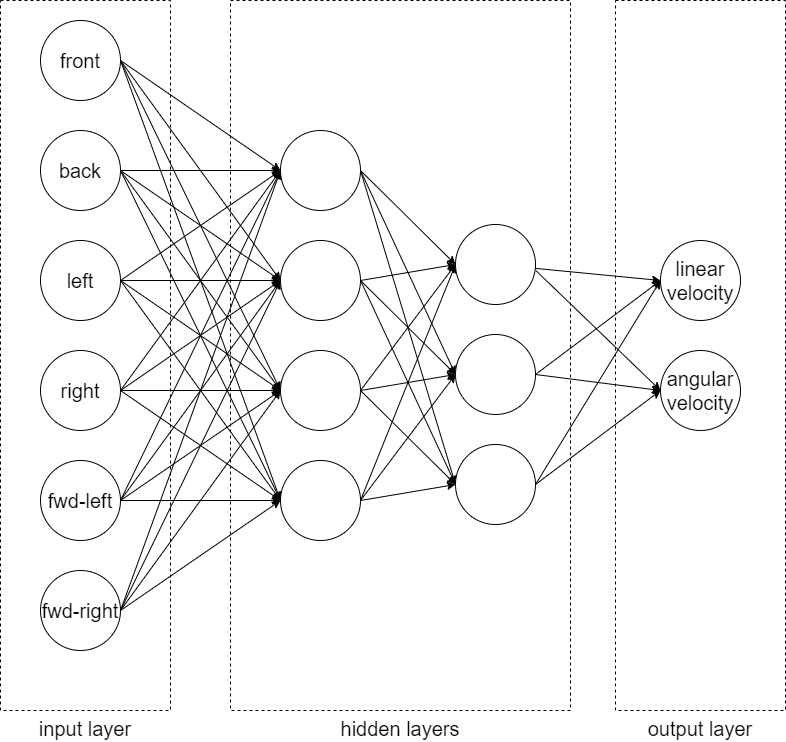
The draw.io diagram Genetic-Cars.png in TrevorDArcyEvans/Genetic-Cars, before a commit. Source tidied: cells renumbered, new cells last; positions are measured from the earlier drawing's top-left corner, leaving out a move shared by most shapes. Source of this version:
```xml
<mxGraphModel>
  <root>
    <mxCell id="0" />
    <mxCell id="1" parent="0" />
    <mxCell id="2" value="input layer" style="rounded=0;whiteSpace=wrap;html=1;fontSize=20;dashed=1;strokeColor=default;fillColor=none;labelPosition=center;verticalLabelPosition=bottom;align=center;verticalAlign=top;" parent="1" vertex="1">
      <mxGeometry width="170" height="710" as="geometry" />
    </mxCell>
    <mxCell id="3" style="jettySize=auto;html=1;entryX=0;entryY=0.5;entryDx=0;entryDy=0;fontSize=20;strokeColor=default;rounded=0;exitX=1;exitY=0.5;exitDx=0;exitDy=0;" parent="1" edge="1" source="7" target="36">
      <mxGeometry relative="1" as="geometry" />
    </mxCell>
    <mxCell id="4" style="edgeStyle=none;rounded=0;jettySize=auto;html=1;entryX=0;entryY=0.5;entryDx=0;entryDy=0;fontSize=20;strokeColor=default;exitX=1;exitY=0.5;exitDx=0;exitDy=0;" parent="1" edge="1" source="7" target="40">
      <mxGeometry relative="1" as="geometry" />
    </mxCell>
    <mxCell id="5" style="edgeStyle=none;rounded=0;jettySize=auto;html=1;entryX=0;entryY=0.5;entryDx=0;entryDy=0;fontSize=20;strokeColor=default;exitX=1;exitY=0.5;exitDx=0;exitDy=0;" parent="1" edge="1" source="7" target="44">
      <mxGeometry relative="1" as="geometry" />
    </mxCell>
    <mxCell id="6" style="edgeStyle=none;rounded=0;jettySize=auto;html=1;entryX=0;entryY=0.5;entryDx=0;entryDy=0;fontSize=20;strokeColor=default;exitX=1;exitY=0.5;exitDx=0;exitDy=0;" parent="1" edge="1" source="7" target="48">
      <mxGeometry relative="1" as="geometry" />
    </mxCell>
    <mxCell id="7" value="front" style="ellipse;whiteSpace=wrap;html=1;fontSize=20;" parent="1" vertex="1">
      <mxGeometry x="40" y="20" width="80" height="80" as="geometry" />
    </mxCell>
    <mxCell id="8" style="edgeStyle=none;rounded=0;jettySize=auto;html=1;entryX=0;entryY=0.5;entryDx=0;entryDy=0;fontSize=20;strokeColor=default;exitX=1;exitY=0.5;exitDx=0;exitDy=0;" parent="1" edge="1" source="12" target="36">
      <mxGeometry relative="1" as="geometry" />
    </mxCell>
    <mxCell id="9" style="edgeStyle=none;rounded=0;jettySize=auto;html=1;entryX=0;entryY=0.5;entryDx=0;entryDy=0;fontSize=20;strokeColor=default;exitX=1;exitY=0.5;exitDx=0;exitDy=0;" parent="1" edge="1" source="12" target="40">
      <mxGeometry relative="1" as="geometry" />
    </mxCell>
    <mxCell id="10" style="edgeStyle=none;rounded=0;jettySize=auto;html=1;entryX=0;entryY=0.5;entryDx=0;entryDy=0;fontSize=20;strokeColor=default;exitX=1;exitY=0.5;exitDx=0;exitDy=0;" parent="1" edge="1" source="12" target="44">
      <mxGeometry relative="1" as="geometry" />
    </mxCell>
    <mxCell id="11" style="edgeStyle=none;rounded=0;jettySize=auto;html=1;entryX=0;entryY=0.5;entryDx=0;entryDy=0;fontSize=20;strokeColor=default;exitX=1;exitY=0.5;exitDx=0;exitDy=0;" parent="1" edge="1" source="12" target="48">
      <mxGeometry relative="1" as="geometry" />
    </mxCell>
    <mxCell id="12" value="back" style="ellipse;whiteSpace=wrap;html=1;fontSize=20;" parent="1" vertex="1">
      <mxGeometry x="40" y="130" width="80" height="80" as="geometry" />
    </mxCell>
    <mxCell id="13" style="edgeStyle=none;rounded=0;jettySize=auto;html=1;entryX=0;entryY=0.5;entryDx=0;entryDy=0;fontSize=20;strokeColor=default;exitX=1;exitY=0.5;exitDx=0;exitDy=0;" parent="1" edge="1" source="17" target="36">
      <mxGeometry relative="1" as="geometry" />
    </mxCell>
    <mxCell id="14" style="edgeStyle=none;rounded=0;jettySize=auto;html=1;entryX=0;entryY=0.5;entryDx=0;entryDy=0;fontSize=20;strokeColor=default;" parent="1" edge="1" source="17" target="40">
      <mxGeometry relative="1" as="geometry" />
    </mxCell>
    <mxCell id="15" style="edgeStyle=none;rounded=0;jettySize=auto;html=1;entryX=0;entryY=0.5;entryDx=0;entryDy=0;fontSize=20;strokeColor=default;exitX=1;exitY=0.5;exitDx=0;exitDy=0;" parent="1" edge="1" source="17" target="44">
      <mxGeometry relative="1" as="geometry" />
    </mxCell>
    <mxCell id="16" style="edgeStyle=none;rounded=0;jettySize=auto;html=1;entryX=0;entryY=0.5;entryDx=0;entryDy=0;fontSize=20;strokeColor=default;exitX=1;exitY=0.5;exitDx=0;exitDy=0;" parent="1" edge="1" source="17" target="48">
      <mxGeometry relative="1" as="geometry" />
    </mxCell>
    <mxCell id="17" value="left" style="ellipse;whiteSpace=wrap;html=1;fontSize=20;" parent="1" vertex="1">
      <mxGeometry x="40" y="240" width="80" height="80" as="geometry" />
    </mxCell>
    <mxCell id="18" style="edgeStyle=none;rounded=0;jettySize=auto;html=1;entryX=0;entryY=0.5;entryDx=0;entryDy=0;fontSize=20;strokeColor=default;exitX=1;exitY=0.5;exitDx=0;exitDy=0;" parent="1" edge="1" source="22" target="36">
      <mxGeometry relative="1" as="geometry" />
    </mxCell>
    <mxCell id="19" style="edgeStyle=none;rounded=0;jettySize=auto;html=1;entryX=0;entryY=0.5;entryDx=0;entryDy=0;fontSize=20;strokeColor=default;exitX=1;exitY=0.5;exitDx=0;exitDy=0;" parent="1" edge="1" source="22" target="40">
      <mxGeometry relative="1" as="geometry" />
    </mxCell>
    <mxCell id="20" style="edgeStyle=none;rounded=0;jettySize=auto;html=1;entryX=0;entryY=0.5;entryDx=0;entryDy=0;fontSize=20;strokeColor=default;" parent="1" edge="1" source="22" target="44">
      <mxGeometry relative="1" as="geometry" />
    </mxCell>
    <mxCell id="21" style="edgeStyle=none;rounded=0;jettySize=auto;html=1;entryX=0;entryY=0.5;entryDx=0;entryDy=0;fontSize=20;strokeColor=default;exitX=1;exitY=0.5;exitDx=0;exitDy=0;" parent="1" edge="1" source="22" target="48">
      <mxGeometry relative="1" as="geometry" />
    </mxCell>
    <mxCell id="22" value="right" style="ellipse;whiteSpace=wrap;html=1;fontSize=20;" parent="1" vertex="1">
      <mxGeometry x="40" y="350" width="80" height="80" as="geometry" />
    </mxCell>
    <mxCell id="23" style="edgeStyle=none;rounded=0;jettySize=auto;html=1;entryX=0;entryY=0.5;entryDx=0;entryDy=0;fontSize=20;strokeColor=default;exitX=1;exitY=0.5;exitDx=0;exitDy=0;" parent="1" edge="1" source="27" target="36">
      <mxGeometry relative="1" as="geometry" />
    </mxCell>
    <mxCell id="24" style="edgeStyle=none;rounded=0;jettySize=auto;html=1;entryX=0;entryY=0.5;entryDx=0;entryDy=0;fontSize=20;strokeColor=default;exitX=1;exitY=0.5;exitDx=0;exitDy=0;" parent="1" edge="1" source="27" target="40">
      <mxGeometry relative="1" as="geometry" />
    </mxCell>
    <mxCell id="25" style="edgeStyle=none;rounded=0;jettySize=auto;html=1;entryX=0;entryY=0.5;entryDx=0;entryDy=0;fontSize=20;strokeColor=default;exitX=1;exitY=0.5;exitDx=0;exitDy=0;" parent="1" edge="1" source="27" target="44">
      <mxGeometry relative="1" as="geometry" />
    </mxCell>
    <mxCell id="26" style="edgeStyle=none;rounded=0;jettySize=auto;html=1;entryX=0;entryY=0.5;entryDx=0;entryDy=0;fontSize=20;strokeColor=default;" parent="1" edge="1" source="27" target="48">
      <mxGeometry relative="1" as="geometry" />
    </mxCell>
    <mxCell id="27" value="fwd-left" style="ellipse;whiteSpace=wrap;html=1;fontSize=20;" parent="1" vertex="1">
      <mxGeometry x="40" y="460" width="80" height="80" as="geometry" />
    </mxCell>
    <mxCell id="28" style="edgeStyle=none;rounded=0;jettySize=auto;html=1;entryX=0;entryY=0.5;entryDx=0;entryDy=0;fontSize=20;strokeColor=default;exitX=1;exitY=0.5;exitDx=0;exitDy=0;" parent="1" edge="1" source="32" target="36">
      <mxGeometry relative="1" as="geometry" />
    </mxCell>
    <mxCell id="29" style="edgeStyle=none;rounded=0;jettySize=auto;html=1;entryX=0;entryY=0.5;entryDx=0;entryDy=0;fontSize=20;strokeColor=default;exitX=1;exitY=0.5;exitDx=0;exitDy=0;" parent="1" edge="1" source="32" target="40">
      <mxGeometry relative="1" as="geometry" />
    </mxCell>
    <mxCell id="30" style="edgeStyle=none;rounded=0;jettySize=auto;html=1;entryX=0;entryY=0.5;entryDx=0;entryDy=0;fontSize=20;strokeColor=default;exitX=1;exitY=0.5;exitDx=0;exitDy=0;" parent="1" edge="1" source="32" target="44">
      <mxGeometry relative="1" as="geometry" />
    </mxCell>
    <mxCell id="31" style="edgeStyle=none;rounded=0;jettySize=auto;html=1;entryX=0;entryY=0.5;entryDx=0;entryDy=0;fontSize=20;strokeColor=default;exitX=1;exitY=0.5;exitDx=0;exitDy=0;" parent="1" edge="1" source="32" target="48">
      <mxGeometry relative="1" as="geometry" />
    </mxCell>
    <mxCell id="32" value="fwd-right" style="ellipse;whiteSpace=wrap;html=1;fontSize=20;" parent="1" vertex="1">
      <mxGeometry x="40" y="570" width="80" height="80" as="geometry" />
    </mxCell>
    <mxCell id="33" style="edgeStyle=none;rounded=0;jettySize=auto;html=1;exitX=1;exitY=0.5;exitDx=0;exitDy=0;entryX=0;entryY=0.5;entryDx=0;entryDy=0;fontSize=20;strokeColor=default;" parent="1" edge="1" source="36" target="51">
      <mxGeometry relative="1" as="geometry" />
    </mxCell>
    <mxCell id="34" style="edgeStyle=none;rounded=0;jettySize=auto;html=1;entryX=0;entryY=0.5;entryDx=0;entryDy=0;fontSize=20;strokeColor=default;exitX=1;exitY=0.5;exitDx=0;exitDy=0;" parent="1" edge="1" source="36" target="54">
      <mxGeometry relative="1" as="geometry" />
    </mxCell>
    <mxCell id="35" style="edgeStyle=none;rounded=0;jettySize=auto;html=1;entryX=0;entryY=0.5;entryDx=0;entryDy=0;fontSize=20;strokeColor=default;exitX=1;exitY=0.5;exitDx=0;exitDy=0;" parent="1" edge="1" source="36" target="59">
      <mxGeometry relative="1" as="geometry" />
    </mxCell>
    <mxCell id="36" style="ellipse;whiteSpace=wrap;html=1;fontSize=20;" parent="1" vertex="1">
      <mxGeometry x="280" y="130" width="80" height="80" as="geometry" />
    </mxCell>
    <mxCell id="37" style="edgeStyle=none;rounded=0;jettySize=auto;html=1;entryX=0;entryY=0.5;entryDx=0;entryDy=0;fontSize=20;strokeColor=default;exitX=1;exitY=0.5;exitDx=0;exitDy=0;" parent="1" edge="1" source="40" target="51">
      <mxGeometry relative="1" as="geometry" />
    </mxCell>
    <mxCell id="38" style="edgeStyle=none;rounded=0;jettySize=auto;html=1;entryX=0;entryY=0.5;entryDx=0;entryDy=0;fontSize=20;strokeColor=default;exitX=1;exitY=0.5;exitDx=0;exitDy=0;" parent="1" edge="1" source="40" target="54">
      <mxGeometry relative="1" as="geometry" />
    </mxCell>
    <mxCell id="39" style="edgeStyle=none;rounded=0;jettySize=auto;html=1;entryX=0;entryY=0.5;entryDx=0;entryDy=0;fontSize=20;strokeColor=default;exitX=1;exitY=0.5;exitDx=0;exitDy=0;" parent="1" edge="1" source="40" target="59">
      <mxGeometry relative="1" as="geometry" />
    </mxCell>
    <mxCell id="40" style="ellipse;whiteSpace=wrap;html=1;fontSize=20;" parent="1" vertex="1">
      <mxGeometry x="280" y="240" width="80" height="80" as="geometry" />
    </mxCell>
    <mxCell id="41" style="edgeStyle=none;rounded=0;jettySize=auto;html=1;entryX=0;entryY=0.5;entryDx=0;entryDy=0;fontSize=20;strokeColor=default;exitX=1;exitY=0.5;exitDx=0;exitDy=0;" parent="1" edge="1" source="44" target="51">
      <mxGeometry relative="1" as="geometry" />
    </mxCell>
    <mxCell id="42" style="edgeStyle=none;rounded=0;jettySize=auto;html=1;entryX=0;entryY=0.5;entryDx=0;entryDy=0;fontSize=20;strokeColor=default;exitX=1;exitY=0.5;exitDx=0;exitDy=0;" parent="1" edge="1" source="44" target="54">
      <mxGeometry relative="1" as="geometry" />
    </mxCell>
    <mxCell id="43" style="edgeStyle=none;rounded=0;jettySize=auto;html=1;entryX=0;entryY=0.5;entryDx=0;entryDy=0;fontSize=20;strokeColor=default;exitX=1;exitY=0.5;exitDx=0;exitDy=0;" parent="1" edge="1" source="44" target="59">
      <mxGeometry relative="1" as="geometry" />
    </mxCell>
    <mxCell id="44" style="ellipse;whiteSpace=wrap;html=1;fontSize=20;" parent="1" vertex="1">
      <mxGeometry x="280" y="350" width="80" height="80" as="geometry" />
    </mxCell>
    <mxCell id="45" style="edgeStyle=none;rounded=0;jettySize=auto;html=1;entryX=0;entryY=0.5;entryDx=0;entryDy=0;fontSize=20;strokeColor=default;exitX=1;exitY=0.5;exitDx=0;exitDy=0;" parent="1" edge="1" source="48" target="51">
      <mxGeometry relative="1" as="geometry" />
    </mxCell>
    <mxCell id="46" style="edgeStyle=none;rounded=0;jettySize=auto;html=1;entryX=0;entryY=0.5;entryDx=0;entryDy=0;fontSize=20;strokeColor=default;exitX=1;exitY=0.5;exitDx=0;exitDy=0;" parent="1" edge="1" source="48" target="54">
      <mxGeometry relative="1" as="geometry" />
    </mxCell>
    <mxCell id="47" style="edgeStyle=none;rounded=0;jettySize=auto;html=1;entryX=0;entryY=0.5;entryDx=0;entryDy=0;fontSize=20;strokeColor=default;exitX=1;exitY=0.5;exitDx=0;exitDy=0;" parent="1" edge="1" source="48" target="59">
      <mxGeometry relative="1" as="geometry" />
    </mxCell>
    <mxCell id="48" style="ellipse;whiteSpace=wrap;html=1;fontSize=20;" parent="1" vertex="1">
      <mxGeometry x="280" y="460" width="80" height="80" as="geometry" />
    </mxCell>
    <mxCell id="49" style="edgeStyle=none;rounded=0;jettySize=auto;html=1;entryX=0;entryY=0.5;entryDx=0;entryDy=0;fontSize=20;strokeColor=default;" parent="1" edge="1" source="51" target="55">
      <mxGeometry relative="1" as="geometry" />
    </mxCell>
    <mxCell id="50" style="edgeStyle=none;rounded=0;jettySize=auto;html=1;entryX=0;entryY=0.5;entryDx=0;entryDy=0;fontSize=20;strokeColor=default;exitX=1.003;exitY=0.574;exitDx=0;exitDy=0;exitPerimeter=0;" parent="1" edge="1" source="51" target="56">
      <mxGeometry relative="1" as="geometry" />
    </mxCell>
    <mxCell id="51" style="ellipse;whiteSpace=wrap;html=1;fontSize=20;" parent="1" vertex="1">
      <mxGeometry x="455" y="224" width="80" height="80" as="geometry" />
    </mxCell>
    <mxCell id="52" style="edgeStyle=none;rounded=0;jettySize=auto;html=1;entryX=0;entryY=0.5;entryDx=0;entryDy=0;fontSize=20;strokeColor=default;exitX=1;exitY=0.5;exitDx=0;exitDy=0;" parent="1" edge="1" source="54" target="55">
      <mxGeometry relative="1" as="geometry" />
    </mxCell>
    <mxCell id="53" style="edgeStyle=none;rounded=0;jettySize=auto;html=1;entryX=0;entryY=0.5;entryDx=0;entryDy=0;fontSize=20;strokeColor=default;exitX=1;exitY=0.5;exitDx=0;exitDy=0;" parent="1" edge="1" source="54" target="56">
      <mxGeometry relative="1" as="geometry" />
    </mxCell>
    <mxCell id="54" style="ellipse;whiteSpace=wrap;html=1;fontSize=20;" parent="1" vertex="1">
      <mxGeometry x="455" y="334" width="80" height="80" as="geometry" />
    </mxCell>
    <mxCell id="55" value="linear&lt;br style=&quot;font-size: 20px;&quot;&gt;velocity" style="ellipse;whiteSpace=wrap;html=1;fontSize=20;" parent="1" vertex="1">
      <mxGeometry x="660" y="240" width="80" height="80" as="geometry" />
    </mxCell>
    <mxCell id="56" value="angular&lt;br style=&quot;font-size: 20px;&quot;&gt;velocity" style="ellipse;whiteSpace=wrap;html=1;fontSize=20;" parent="1" vertex="1">
      <mxGeometry x="660" y="350" width="80" height="80" as="geometry" />
    </mxCell>
    <mxCell id="57" style="edgeStyle=none;rounded=0;jettySize=auto;html=1;entryX=0;entryY=0.5;entryDx=0;entryDy=0;fontSize=20;strokeColor=default;exitX=1;exitY=0.5;exitDx=0;exitDy=0;" parent="1" edge="1" source="59" target="55">
      <mxGeometry relative="1" as="geometry" />
    </mxCell>
    <mxCell id="58" style="edgeStyle=none;rounded=0;jettySize=auto;html=1;entryX=0;entryY=0.5;entryDx=0;entryDy=0;fontSize=20;strokeColor=default;exitX=1;exitY=0.5;exitDx=0;exitDy=0;" parent="1" edge="1" source="59" target="56">
      <mxGeometry relative="1" as="geometry" />
    </mxCell>
    <mxCell id="59" style="ellipse;whiteSpace=wrap;html=1;fontSize=20;" parent="1" vertex="1">
      <mxGeometry x="455" y="444" width="80" height="80" as="geometry" />
    </mxCell>
    <mxCell id="60" value="hidden layers" style="rounded=0;whiteSpace=wrap;html=1;fontSize=20;dashed=1;fillColor=none;labelPosition=center;verticalLabelPosition=bottom;align=center;verticalAlign=top;" parent="1" vertex="1">
      <mxGeometry x="230" width="340" height="710" as="geometry" />
    </mxCell>
    <mxCell id="61" value="output layer" style="rounded=0;whiteSpace=wrap;html=1;fontSize=20;dashed=1;fillColor=none;labelPosition=center;verticalLabelPosition=bottom;align=center;verticalAlign=top;" parent="1" vertex="1">
      <mxGeometry x="615" width="170" height="710" as="geometry" />
    </mxCell>
  </root>
</mxGraphModel>
```
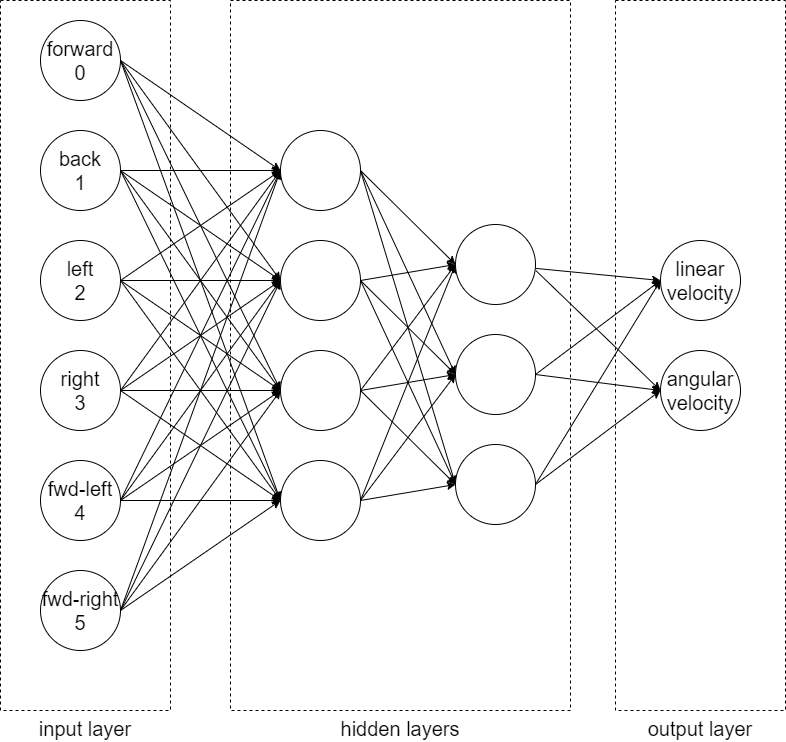
The same diagram one commit later.

Change to the diagram source:
```diff
@@ -17,7 +17,7 @@
     <mxCell id="6" style="edgeStyle=none;rounded=0;jettySize=auto;html=1;entryX=0;entryY=0.5;entryDx=0;entryDy=0;fontSize=20;strokeColor=default;exitX=1;exitY=0.5;exitDx=0;exitDy=0;" parent="1" edge="1" source="7" target="48">
       <mxGeometry relative="1" as="geometry" />
     </mxCell>
-    <mxCell id="7" value="front" style="ellipse;whiteSpace=wrap;html=1;fontSize=20;" parent="1" vertex="1">
+    <mxCell id="7" value="forward&lt;br&gt;0" style="ellipse;whiteSpace=wrap;html=1;fontSize=20;" parent="1" vertex="1">
       <mxGeometry x="40" y="20" width="80" height="80" as="geometry" />
     </mxCell>
     <mxCell id="8" style="edgeStyle=none;rounded=0;jettySize=auto;html=1;entryX=0;entryY=0.5;entryDx=0;entryDy=0;fontSize=20;strokeColor=default;exitX=1;exitY=0.5;exitDx=0;exitDy=0;" parent="1" edge="1" source="12" target="36">
@@ -32,7 +32,7 @@
     <mxCell id="11" style="edgeStyle=none;rounded=0;jettySize=auto;html=1;entryX=0;entryY=0.5;entryDx=0;entryDy=0;fontSize=20;strokeColor=default;exitX=1;exitY=0.5;exitDx=0;exitDy=0;" parent="1" edge="1" source="12" target="48">
       <mxGeometry relative="1" as="geometry" />
     </mxCell>
-    <mxCell id="12" value="back" style="ellipse;whiteSpace=wrap;html=1;fontSize=20;" parent="1" vertex="1">
+    <mxCell id="12" value="back&lt;br&gt;1" style="ellipse;whiteSpace=wrap;html=1;fontSize=20;" parent="1" vertex="1">
       <mxGeometry x="40" y="130" width="80" height="80" as="geometry" />
     </mxCell>
     <mxCell id="13" style="edgeStyle=none;rounded=0;jettySize=auto;html=1;entryX=0;entryY=0.5;entryDx=0;entryDy=0;fontSize=20;strokeColor=default;exitX=1;exitY=0.5;exitDx=0;exitDy=0;" parent="1" edge="1" source="17" target="36">
@@ -47,7 +47,7 @@
     <mxCell id="16" style="edgeStyle=none;rounded=0;jettySize=auto;html=1;entryX=0;entryY=0.5;entryDx=0;entryDy=0;fontSize=20;strokeColor=default;exitX=1;exitY=0.5;exitDx=0;exitDy=0;" parent="1" edge="1" source="17" target="48">
       <mxGeometry relative="1" as="geometry" />
     </mxCell>
-    <mxCell id="17" value="left" style="ellipse;whiteSpace=wrap;html=1;fontSize=20;" parent="1" vertex="1">
+    <mxCell id="17" value="left&lt;br&gt;2" style="ellipse;whiteSpace=wrap;html=1;fontSize=20;" parent="1" vertex="1">
       <mxGeometry x="40" y="240" width="80" height="80" as="geometry" />
     </mxCell>
     <mxCell id="18" style="edgeStyle=none;rounded=0;jettySize=auto;html=1;entryX=0;entryY=0.5;entryDx=0;entryDy=0;fontSize=20;strokeColor=default;exitX=1;exitY=0.5;exitDx=0;exitDy=0;" parent="1" edge="1" source="22" target="36">
@@ -62,7 +62,7 @@
     <mxCell id="21" style="edgeStyle=none;rounded=0;jettySize=auto;html=1;entryX=0;entryY=0.5;entryDx=0;entryDy=0;fontSize=20;strokeColor=default;exitX=1;exitY=0.5;exitDx=0;exitDy=0;" parent="1" edge="1" source="22" target="48">
       <mxGeometry relative="1" as="geometry" />
     </mxCell>
-    <mxCell id="22" value="right" style="ellipse;whiteSpace=wrap;html=1;fontSize=20;" parent="1" vertex="1">
+    <mxCell id="22" value="right&lt;br&gt;3" style="ellipse;whiteSpace=wrap;html=1;fontSize=20;" parent="1" vertex="1">
       <mxGeometry x="40" y="350" width="80" height="80" as="geometry" />
     </mxCell>
     <mxCell id="23" style="edgeStyle=none;rounded=0;jettySize=auto;html=1;entryX=0;entryY=0.5;entryDx=0;entryDy=0;fontSize=20;strokeColor=default;exitX=1;exitY=0.5;exitDx=0;exitDy=0;" parent="1" edge="1" source="27" target="36">
@@ -77,7 +77,7 @@
     <mxCell id="26" style="edgeStyle=none;rounded=0;jettySize=auto;html=1;entryX=0;entryY=0.5;entryDx=0;entryDy=0;fontSize=20;strokeColor=default;" parent="1" edge="1" source="27" target="48">
       <mxGeometry relative="1" as="geometry" />
     </mxCell>
-    <mxCell id="27" value="fwd-left" style="ellipse;whiteSpace=wrap;html=1;fontSize=20;" parent="1" vertex="1">
+    <mxCell id="27" value="fwd-left&lt;br&gt;4" style="ellipse;whiteSpace=wrap;html=1;fontSize=20;" parent="1" vertex="1">
       <mxGeometry x="40" y="460" width="80" height="80" as="geometry" />
     </mxCell>
     <mxCell id="28" style="edgeStyle=none;rounded=0;jettySize=auto;html=1;entryX=0;entryY=0.5;entryDx=0;entryDy=0;fontSize=20;strokeColor=default;exitX=1;exitY=0.5;exitDx=0;exitDy=0;" parent="1" edge="1" source="32" target="36">
@@ -92,7 +92,7 @@
     <mxCell id="31" style="edgeStyle=none;rounded=0;jettySize=auto;html=1;entryX=0;entryY=0.5;entryDx=0;entryDy=0;fontSize=20;strokeColor=default;exitX=1;exitY=0.5;exitDx=0;exitDy=0;" parent="1" edge="1" source="32" target="48">
       <mxGeometry relative="1" as="geometry" />
     </mxCell>
-    <mxCell id="32" value="fwd-right" style="ellipse;whiteSpace=wrap;html=1;fontSize=20;" parent="1" vertex="1">
+    <mxCell id="32" value="fwd-right&lt;br&gt;5" style="ellipse;whiteSpace=wrap;html=1;fontSize=20;" parent="1" vertex="1">
       <mxGeometry x="40" y="570" width="80" height="80" as="geometry" />
     </mxCell>
     <mxCell id="33" style="edgeStyle=none;rounded=0;jettySize=auto;html=1;exitX=1;exitY=0.5;exitDx=0;exitDy=0;entryX=0;entryY=0.5;entryDx=0;entryDy=0;fontSize=20;strokeColor=default;" parent="1" edge="1" source="36" target="51">
```
